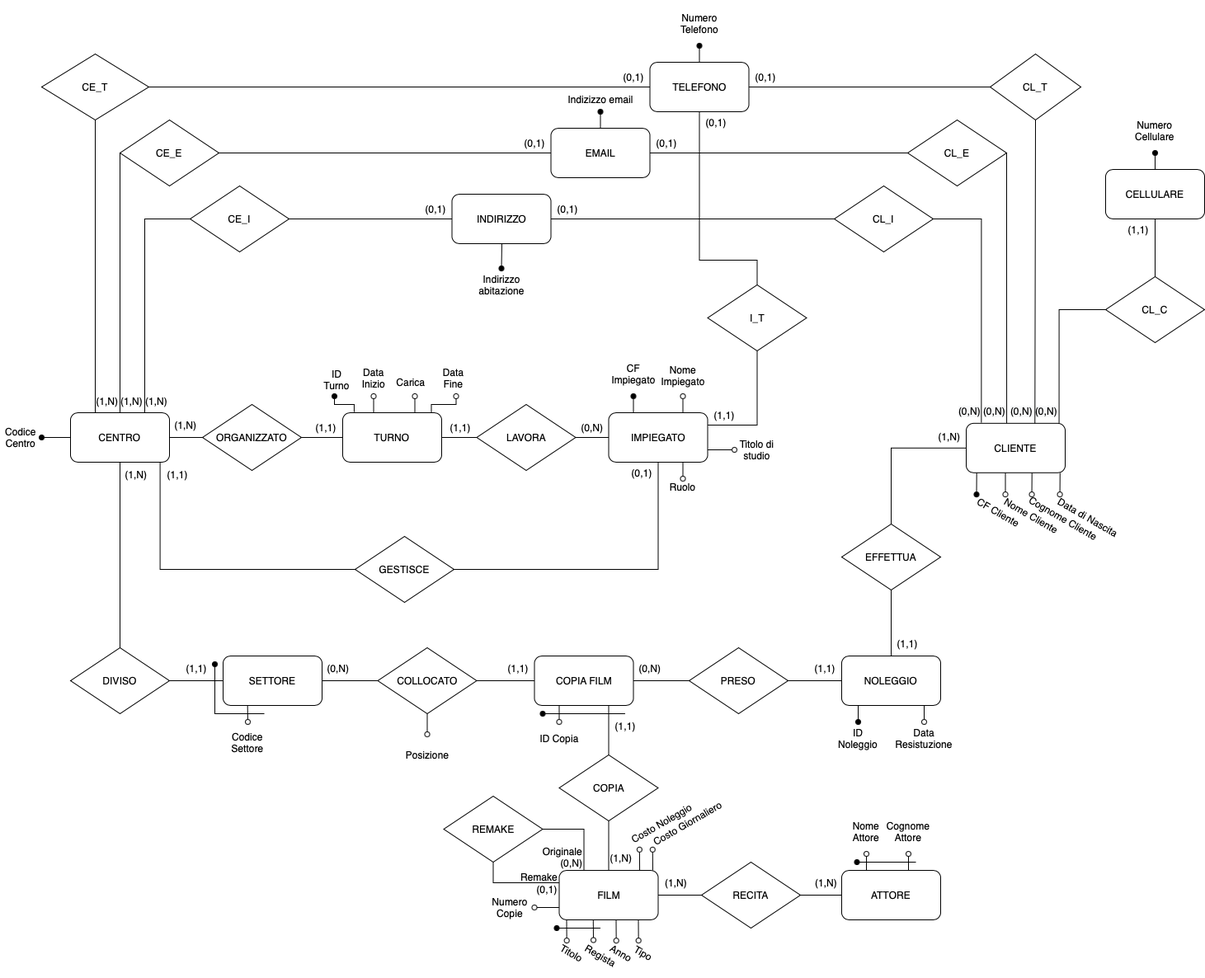
Above: E-R_Fin.png in pierpaolospaziani/BasiDiDati (draw.io), before the change. Source tidied: cells renumbered, new cells last; positions are measured from the earlier drawing's top-left corner, leaving out a move shared by most shapes.
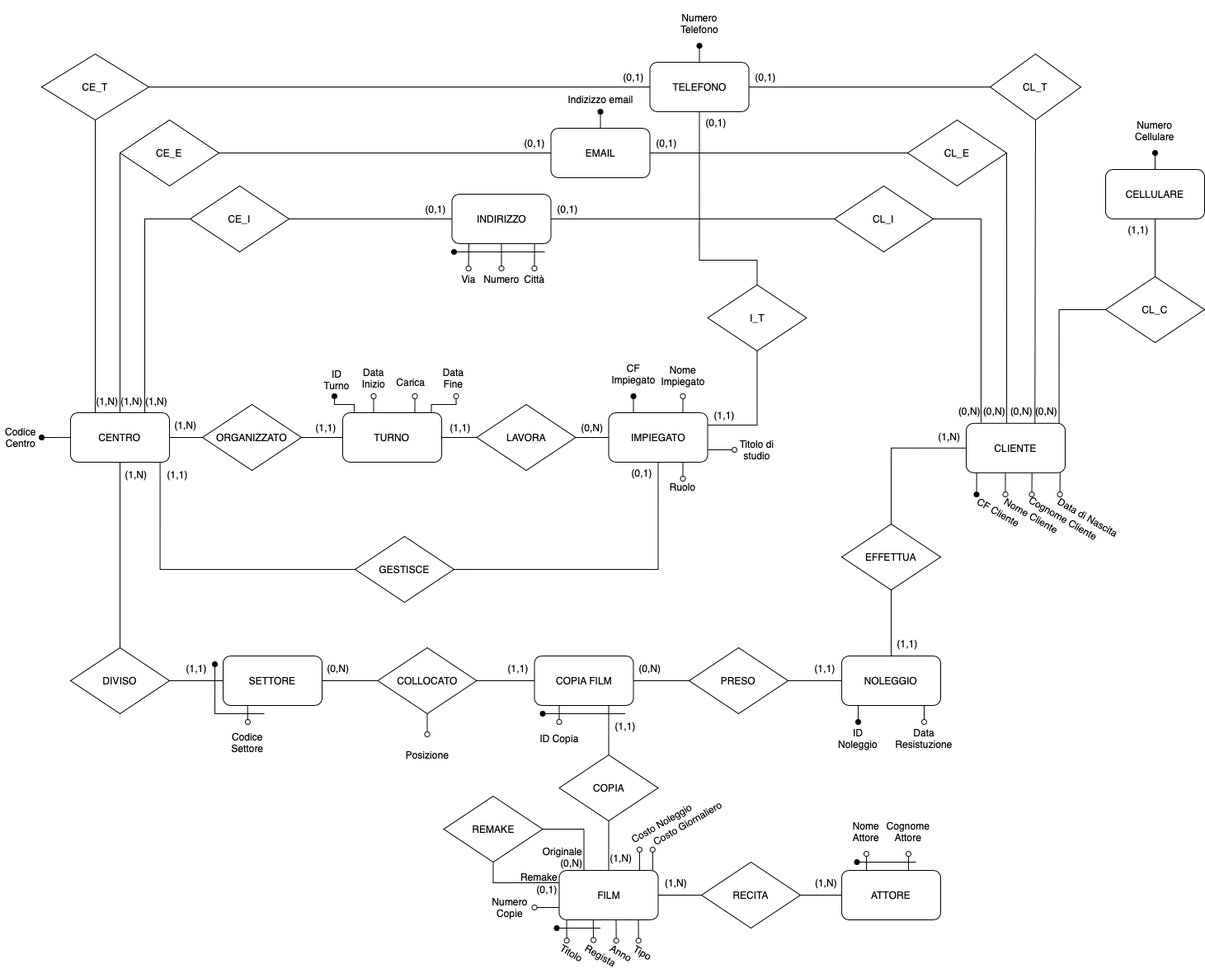
After the commit.

What changed in the source:
```diff
@@ -534,13 +534,13 @@
     <mxCell id="147" value="Indizizzo email" style="text;html=1;strokeColor=none;fillColor=none;align=center;verticalAlign=middle;whiteSpace=wrap;rounded=0;labelPosition=center;verticalLabelPosition=middle;rotation=0;direction=east;" parent="1" vertex="1">
       <mxGeometry x="658.8" y="105" width="137.5" height="30" as="geometry" />
     </mxCell>
-    <mxCell id="148" style="rounded=0;jettySize=auto;html=1;startArrow=oval;startFill=1;endArrow=none;endFill=0;exitX=0.5;exitY=0;exitDx=0;exitDy=0;" parent="1" edge="1" source="149">
-      <mxGeometry x="-243" y="-20" as="geometry">
-        <mxPoint x="608" y="295" as="targetPoint" />
+    <mxCell id="148" style="rounded=0;jettySize=auto;html=1;startArrow=oval;startFill=0;endArrow=none;endFill=0;exitX=0.5;exitY=0;exitDx=0;exitDy=0;" parent="1" edge="1" source="149">
+      <mxGeometry x="-283" y="-20" as="geometry">
+        <mxPoint x="568" y="295" as="targetPoint" />
       </mxGeometry>
     </mxCell>
-    <mxCell id="149" value="Indirizzo abitazione" style="text;html=1;strokeColor=none;fillColor=none;align=center;verticalAlign=middle;whiteSpace=wrap;rounded=0;labelPosition=center;verticalLabelPosition=middle;rotation=0;direction=east;" parent="1" vertex="1">
-      <mxGeometry x="577.5" y="325" width="60" height="40" as="geometry" />
+    <mxCell id="149" value="Via" style="text;html=1;strokeColor=none;fillColor=none;align=center;verticalAlign=middle;whiteSpace=wrap;rounded=0;labelPosition=center;verticalLabelPosition=middle;rotation=0;direction=east;" parent="1" vertex="1">
+      <mxGeometry x="537.5" y="325" width="60" height="25" as="geometry" />
     </mxCell>
     <mxCell id="150" value="(1,N)" style="text;html=1;strokeColor=none;fillColor=none;align=center;verticalAlign=middle;whiteSpace=wrap;rounded=0;" parent="1" vertex="1">
       <mxGeometry x="177.5" y="472.2" width="22.5" height="27.8" as="geometry" />
@@ -649,5 +649,23 @@
     <mxCell id="178" value="ID Turno" style="text;html=1;strokeColor=none;fillColor=none;align=center;verticalAlign=middle;whiteSpace=wrap;rounded=0;rotation=0;" parent="1" vertex="1">
       <mxGeometry x="387.5" y="440" width="40" height="40" as="geometry" />
     </mxCell>
+    <mxCell id="179" style="rounded=0;jettySize=auto;html=1;startArrow=oval;startFill=0;endArrow=none;endFill=0;exitX=0.5;exitY=0;exitDx=0;exitDy=0;entryX=0.5;entryY=1;entryDx=0;entryDy=0;" parent="1" edge="1" source="180" target="119">
+      <mxGeometry x="-243" y="-20" as="geometry" />
+    </mxCell>
+    <mxCell id="180" value="Numero" style="text;html=1;strokeColor=none;fillColor=none;align=center;verticalAlign=middle;whiteSpace=wrap;rounded=0;labelPosition=center;verticalLabelPosition=middle;rotation=0;direction=east;" parent="1" vertex="1">
+      <mxGeometry x="577.5" y="325" width="60" height="25" as="geometry" />
+    </mxCell>
+    <mxCell id="181" style="rounded=0;jettySize=auto;html=1;startArrow=oval;startFill=0;endArrow=none;endFill=0;exitX=0.5;exitY=0;exitDx=0;exitDy=0;entryX=0.834;entryY=1.003;entryDx=0;entryDy=0;entryPerimeter=0;" parent="1" edge="1" source="182" target="119">
+      <mxGeometry x="-193" y="-20" as="geometry" />
+    </mxCell>
+    <mxCell id="182" value="Città" style="text;html=1;strokeColor=none;fillColor=none;align=center;verticalAlign=middle;whiteSpace=wrap;rounded=0;labelPosition=center;verticalLabelPosition=middle;rotation=0;direction=east;" parent="1" vertex="1">
+      <mxGeometry x="617.5" y="325" width="60" height="25" as="geometry" />
+    </mxCell>
+    <mxCell id="183" style="endArrow=none;html=1;startArrow=oval;startFill=1;" parent="1" edge="1">
+      <mxGeometry relative="1" as="geometry">
+        <mxPoint x="550" y="305" as="sourcePoint" />
+        <mxPoint x="660" y="305" as="targetPoint" />
+      </mxGeometry>
+    </mxCell>
   </root>
 </mxGraphModel>
```
